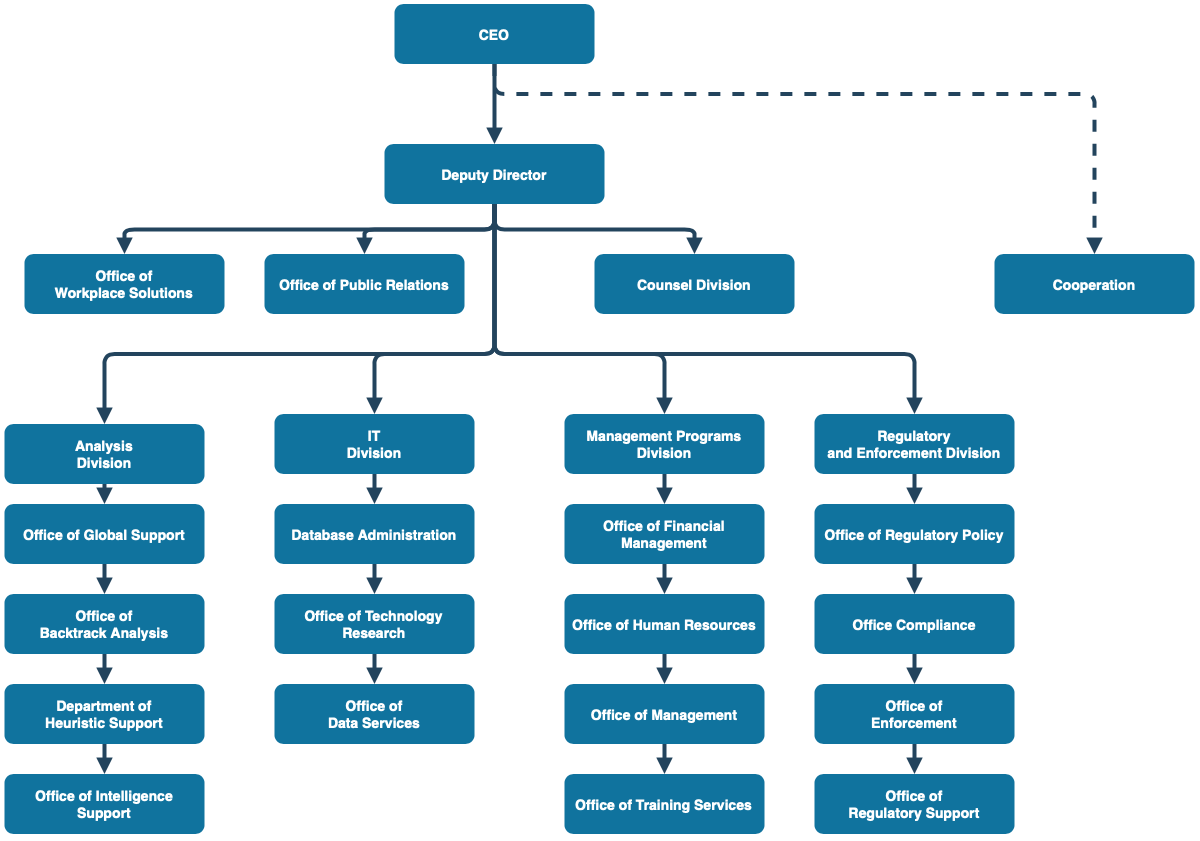
Earlier version of the draw.io export Ablauf2.drawio.png (CrossMediaProject/Template). Source tidied: cells renumbered, new cells last; positions are measured from the earlier drawing's top-left corner, leaving out a move shared by most shapes.
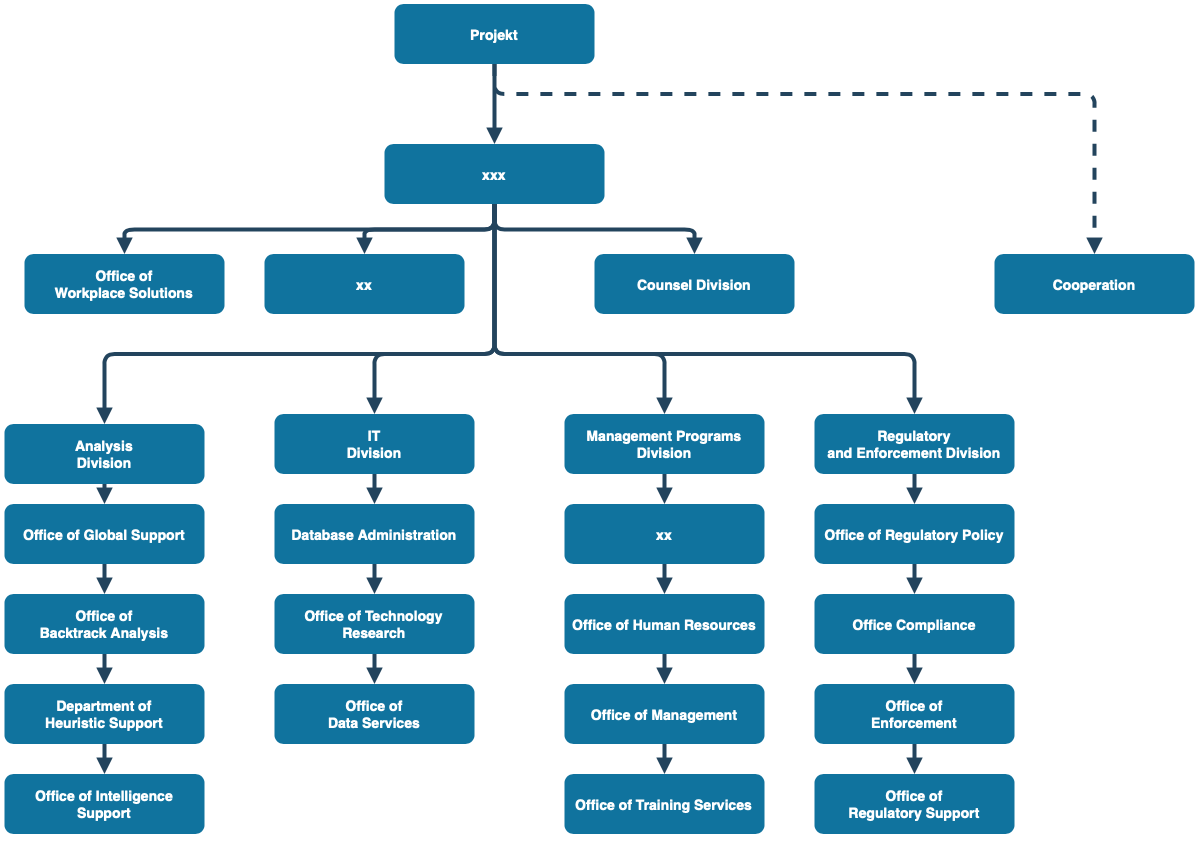
The same diagram one commit later.

Diff of the diagram source:
```diff
@@ -2,16 +2,16 @@
   <root>
     <mxCell id="0" />
     <mxCell id="1" parent="0" />
-    <mxCell id="2" value="CEO" style="rounded=1;fillColor=#10739E;strokeColor=none;shadow=1;gradientColor=none;fontStyle=1;fontColor=#FFFFFF;fontSize=14;" parent="1" vertex="1">
+    <mxCell id="2" value="Projekt" style="rounded=1;fillColor=#10739E;strokeColor=none;shadow=1;gradientColor=none;fontStyle=1;fontColor=#FFFFFF;fontSize=14;" parent="1" vertex="1">
       <mxGeometry x="390" y="-0.5" width="200" height="60" as="geometry" />
     </mxCell>
-    <mxCell id="3" value="Deputy Director" style="rounded=1;fillColor=#10739E;strokeColor=none;shadow=1;gradientColor=none;fontStyle=1;fontColor=#FFFFFF;fontSize=14;" parent="1" vertex="1">
+    <mxCell id="3" value="xxx" style="rounded=1;fillColor=#10739E;strokeColor=none;shadow=1;gradientColor=none;fontStyle=1;fontColor=#FFFFFF;fontSize=14;" parent="1" vertex="1">
       <mxGeometry x="380" y="139.5" width="220" height="60" as="geometry" />
     </mxCell>
     <mxCell id="4" value="Office of &#10;Workplace Solutions" style="rounded=1;fillColor=#10739E;strokeColor=none;shadow=1;gradientColor=none;fontStyle=1;fontColor=#FFFFFF;fontSize=14;" parent="1" vertex="1">
       <mxGeometry x="20" y="249.5" width="200" height="60" as="geometry" />
     </mxCell>
-    <mxCell id="5" value="Office of Public Relations" style="rounded=1;fillColor=#10739E;strokeColor=none;shadow=1;gradientColor=none;fontStyle=1;fontColor=#FFFFFF;fontSize=14;" parent="1" vertex="1">
+    <mxCell id="5" value="xx" style="rounded=1;fillColor=#10739E;strokeColor=none;shadow=1;gradientColor=none;fontStyle=1;fontColor=#FFFFFF;fontSize=14;" parent="1" vertex="1">
       <mxGeometry x="260" y="249.5" width="200" height="60" as="geometry" />
     </mxCell>
     <mxCell id="6" value="Counsel Division" style="rounded=1;fillColor=#10739E;strokeColor=none;shadow=1;gradientColor=none;fontStyle=1;fontColor=#FFFFFF;fontSize=14;" parent="1" vertex="1">
@@ -50,7 +50,7 @@
     <mxCell id="17" value="Management Programs &#10;Division" style="rounded=1;fillColor=#10739E;strokeColor=none;shadow=1;gradientColor=none;fontStyle=1;fontColor=#FFFFFF;fontSize=14;" parent="1" vertex="1">
       <mxGeometry x="560" y="409.5" width="200" height="60" as="geometry" />
     </mxCell>
-    <mxCell id="18" value="Office of Financial &#10;Management" style="rounded=1;fillColor=#10739E;strokeColor=none;shadow=1;gradientColor=none;fontStyle=1;fontColor=#FFFFFF;fontSize=14;" parent="1" vertex="1">
+    <mxCell id="18" value="xx" style="rounded=1;fillColor=#10739E;strokeColor=none;shadow=1;gradientColor=none;fontStyle=1;fontColor=#FFFFFF;fontSize=14;" parent="1" vertex="1">
       <mxGeometry x="560" y="499.5" width="200" height="60" as="geometry" />
     </mxCell>
     <mxCell id="19" value="Office of Human Resources" style="rounded=1;fillColor=#10739E;strokeColor=none;shadow=1;gradientColor=none;fontStyle=1;fontColor=#FFFFFF;fontSize=14;" parent="1" vertex="1">
```
